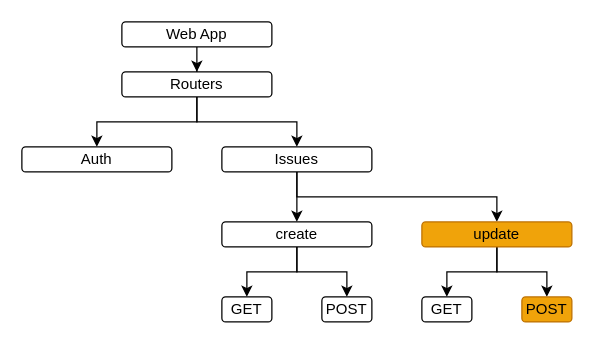
This is page "Page-1" (1 of 3) of contributors/__docs/Diagram.drawio from ames0k0/Ticket, a draw.io file, before an edit. Source tidied: cells renumbered, new cells numbered last; positions are measured from the earlier drawing's top-left corner, leaving out a move shared by most shapes. Both pictures are drawn from the tidied source at 125%, with x=0, y=0 at pixel (21, 21).
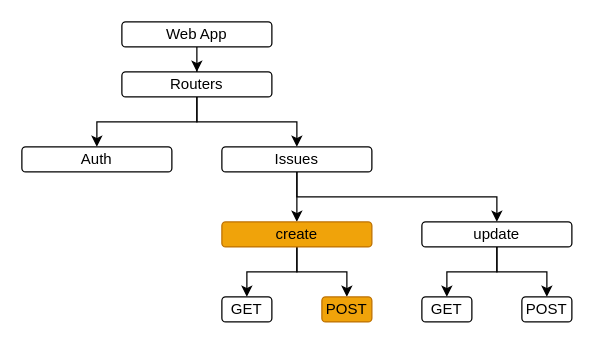
The same page after the edit.

Commit message (it also covers changes not shown here):
[ticket] Contributors: Issues::Create::POST

What changed in the source:
```diff
@@
-    <mxCell id="13" value="create" style="whiteSpace=wrap;html=1;rounded=1;" parent="1" vertex="1">
+    <mxCell id="13" value="create" style="whiteSpace=wrap;html=1;rounded=1;fillColor=#f0a30a;fontColor=#000000;strokeColor=#BD7000;" parent="1" vertex="1">
       <mxGeometry x="160" y="160" width="120" height="20" as="geometry" />
     </mxCell>
@@
-    <mxCell id="15" value="POST" style="whiteSpace=wrap;html=1;rounded=1;" parent="1" vertex="1">
+    <mxCell id="15" value="POST" style="whiteSpace=wrap;html=1;rounded=1;fillColor=#f0a30a;fontColor=#000000;strokeColor=#BD7000;" parent="1" vertex="1">
       <mxGeometry x="240" y="220" width="40" height="20" as="geometry" />
     </mxCell>
@@
-    <mxCell id="18" value="update" style="whiteSpace=wrap;html=1;rounded=1;fillColor=#f0a30a;fontColor=#000000;strokeColor=#BD7000;" parent="1" vertex="1">
+    <mxCell id="18" value="update" style="whiteSpace=wrap;html=1;rounded=1;" parent="1" vertex="1">
       <mxGeometry x="320" y="160" width="120" height="20" as="geometry" />
     </mxCell>
@@
-    <mxCell id="20" value="POST" style="whiteSpace=wrap;html=1;rounded=1;fillColor=#f0a30a;fontColor=#000000;strokeColor=#BD7000;" parent="1" vertex="1">
+    <mxCell id="20" value="POST" style="whiteSpace=wrap;html=1;rounded=1;" parent="1" vertex="1">
       <mxGeometry x="400" y="220" width="40" height="20" as="geometry" />
     </mxCell>
```
